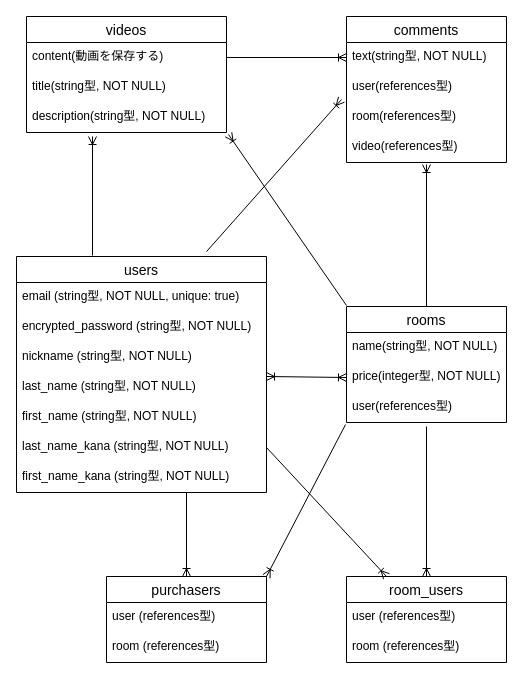
yudai-simoma/povio keeps this draw.io diagram as povio.dio. Above is the earlier version. Source tidied: cells renumbered, new cells numbered last; positions are measured from the earlier drawing's top-left corner, leaving out a move shared by most shapes. Both pictures are drawn from the tidied source at 100%, with x=0, y=0 at pixel (16, 16).
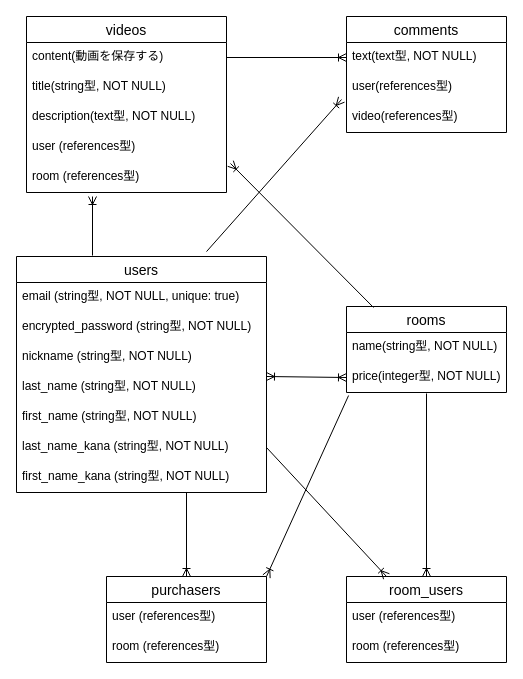
The same diagram, later.

Unchanged cells that the change refers to:
```xml
<mxCell id="13" value="price(integer型, NOT NULL)" style="text;strokeColor=none;fillColor=none;spacingLeft=4;spacingRight=4;overflow=hidden;points=[[0,0.5],[1,0.5]];portConstraint=eastwest;fontSize=12;" parent="11" vertex="1">
  <mxGeometry y="56" width="160" height="30" as="geometry" />
</mxCell>
<mxCell id="15" value="users" style="swimlane;fontStyle=0;horizontal=1;startSize=26;align=center;fontSize=14;" parent="1" vertex="1">
  <mxGeometry y="240" width="250" height="236" as="geometry" />
</mxCell>
<mxCell id="23" value="room_users" style="swimlane;fontStyle=0;horizontal=1;startSize=26;align=center;fontSize=14;" parent="1" vertex="1">
  <mxGeometry x="330" y="560" width="160" height="86" as="geometry" />
</mxCell>
<mxCell id="26" value="purchasers" style="swimlane;fontStyle=0;horizontal=1;startSize=26;align=center;fontSize=14;" parent="1" vertex="1">
  <mxGeometry x="90" y="560" width="160" height="86" as="geometry" />
</mxCell>
```

Change to the diagram source:
```diff
@@
     <mxCell id="2" value="comments" style="swimlane;fontStyle=0;horizontal=1;startSize=26;align=center;fontSize=14;" parent="1" vertex="1">
-      <mxGeometry x="330" width="160" height="146" as="geometry" />
+      <mxGeometry x="330" width="160" height="116" as="geometry" />
     </mxCell>
-    <mxCell id="3" value="text(string型, NOT NULL)" style="text;strokeColor=none;fillColor=none;spacingLeft=4;spacingRight=4;overflow=hidden;points=[[0,0.5],[1,0.5]];portConstraint=eastwest;fontSize=12;" parent="2" vertex="1">
+    <mxCell id="3" value="text(text型, NOT NULL)" style="text;strokeColor=none;fillColor=none;spacingLeft=4;spacingRight=4;overflow=hidden;points=[[0,0.5],[1,0.5]];portConstraint=eastwest;fontSize=12;" parent="2" vertex="1">
       <mxGeometry y="26" width="160" height="30" as="geometry" />
     </mxCell>
@@
-    <mxCell id="5" value="room(references型)" style="text;strokeColor=none;fillColor=none;spacingLeft=4;spacingRight=4;overflow=hidden;fontSize=12;" parent="2" vertex="1">
-      <mxGeometry y="86" width="160" height="30" as="geometry" />
-    </mxCell>
     <mxCell id="6" value="video(references型)" style="text;strokeColor=none;fillColor=none;spacingLeft=4;spacingRight=4;overflow=hidden;points=[[0,0.5],[1,0.5]];portConstraint=eastwest;fontSize=12;" parent="2" vertex="1">
-      <mxGeometry y="116" width="160" height="30" as="geometry" />
+      <mxGeometry y="86" width="160" height="30" as="geometry" />
     </mxCell>
     <mxCell id="7" value="videos" style="swimlane;fontStyle=0;horizontal=1;startSize=26;align=center;fontSize=14;" parent="1" vertex="1">
-      <mxGeometry x="10" width="200" height="116" as="geometry" />
+      <mxGeometry x="10" width="200" height="176" as="geometry" />
     </mxCell>
@@
-    <mxCell id="10" value="description(string型, NOT NULL)" style="text;strokeColor=none;fillColor=none;spacingLeft=4;spacingRight=4;overflow=hidden;points=[[0,0.5],[1,0.5]];portConstraint=eastwest;fontSize=12;" parent="7" vertex="1">
+    <mxCell id="10" value="description(text型, NOT NULL)" style="text;strokeColor=none;fillColor=none;spacingLeft=4;spacingRight=4;overflow=hidden;points=[[0,0.5],[1,0.5]];portConstraint=eastwest;fontSize=12;" parent="7" vertex="1">
       <mxGeometry y="86" width="200" height="30" as="geometry" />
     </mxCell>
+    <mxCell id="39" value="user (references型)" style="text;strokeColor=none;fillColor=none;spacingLeft=4;spacingRight=4;overflow=hidden;fontSize=12;" parent="7" vertex="1">
+      <mxGeometry y="116" width="200" height="30" as="geometry" />
+    </mxCell>
+    <mxCell id="40" value="room (references型)" style="text;strokeColor=none;fillColor=none;spacingLeft=4;spacingRight=4;overflow=hidden;points=[[0,0.5],[1,0.5]];portConstraint=eastwest;fontSize=12;" parent="7" vertex="1">
+      <mxGeometry y="146" width="200" height="30" as="geometry" />
+    </mxCell>
     <mxCell id="11" value="rooms" style="swimlane;fontStyle=0;horizontal=1;startSize=26;align=center;fontSize=14;" parent="1" vertex="1">
-      <mxGeometry x="330" y="290" width="160" height="116" as="geometry" />
+      <mxGeometry x="330" y="290" width="160" height="86" as="geometry" />
     </mxCell>
@@
-    <mxCell id="14" value="user(references型)" style="text;strokeColor=none;fillColor=none;spacingLeft=4;spacingRight=4;overflow=hidden;points=[[0,0.5],[1,0.5]];portConstraint=eastwest;fontSize=12;" parent="11" vertex="1">
-      <mxGeometry y="86" width="160" height="30" as="geometry" />
-    </mxCell>
@@
-    <mxCell id="29" style="fontSize=12;html=1;endArrow=ERoneToMany;exitX=0.304;exitY=-0.004;exitDx=0;exitDy=0;exitPerimeter=0;entryX=0.33;entryY=1.133;entryDx=0;entryDy=0;entryPerimeter=0;" parent="1" edge="1" source="15" target="10">
-      <mxGeometry relative="1" as="geometry" />
+    <mxCell id="29" style="fontSize=12;html=1;endArrow=ERoneToMany;exitX=0.304;exitY=-0.004;exitDx=0;exitDy=0;exitPerimeter=0;" parent="1" edge="1" source="15">
+      <mxGeometry relative="1" as="geometry">
+        <mxPoint x="76" y="180" as="targetPoint" />
+      </mxGeometry>
     </mxCell>
@@
-    <mxCell id="32" style="fontSize=12;html=1;endArrow=ERoneToMany;entryX=0.5;entryY=0;entryDx=0;entryDy=0;" parent="1" edge="1" target="23">
-      <mxGeometry relative="1" as="geometry">
-        <mxPoint x="410" y="410" as="sourcePoint" />
-      </mxGeometry>
+    <mxCell id="32" style="fontSize=12;html=1;endArrow=ERoneToMany;entryX=0.5;entryY=0;entryDx=0;entryDy=0;exitX=0.5;exitY=1.033;exitDx=0;exitDy=0;exitPerimeter=0;" parent="1" edge="1" source="13" target="23">
+      <mxGeometry relative="1" as="geometry" />
     </mxCell>
@@
-    <mxCell id="35" style="fontSize=12;html=1;endArrow=ERoneToMany;exitX=-0.006;exitY=1.067;exitDx=0;exitDy=0;entryX=1;entryY=0;entryDx=0;entryDy=0;exitPerimeter=0;" parent="1" edge="1" source="14" target="26">
+    <mxCell id="35" style="fontSize=12;html=1;endArrow=ERoneToMany;exitX=0.013;exitY=1.1;exitDx=0;exitDy=0;entryX=1;entryY=0;entryDx=0;entryDy=0;exitPerimeter=0;" parent="1" edge="1" source="13" target="26">
       <mxGeometry relative="1" as="geometry" />
     </mxCell>
-    <mxCell id="36" style="fontSize=12;html=1;endArrow=ERoneToMany;exitX=0.5;exitY=0;exitDx=0;exitDy=0;entryX=0.5;entryY=1.067;entryDx=0;entryDy=0;entryPerimeter=0;" parent="1" edge="1" source="11" target="6">
-      <mxGeometry relative="1" as="geometry" />
-    </mxCell>
-    <mxCell id="37" style="fontSize=12;html=1;endArrow=ERoneToMany;entryX=1.01;entryY=1.067;entryDx=0;entryDy=0;entryPerimeter=0;" parent="1" edge="1" target="10">
-      <mxGeometry relative="1" as="geometry">
-        <mxPoint x="330" y="289" as="sourcePoint" />
-      </mxGeometry>
+    <mxCell id="37" style="fontSize=12;html=1;endArrow=ERoneToMany;entryX=1.02;entryY=0.033;entryDx=0;entryDy=0;entryPerimeter=0;exitX=0.169;exitY=0.012;exitDx=0;exitDy=0;exitPerimeter=0;" parent="1" edge="1" source="11" target="40">
+      <mxGeometry relative="1" as="geometry" />
     </mxCell>
```
